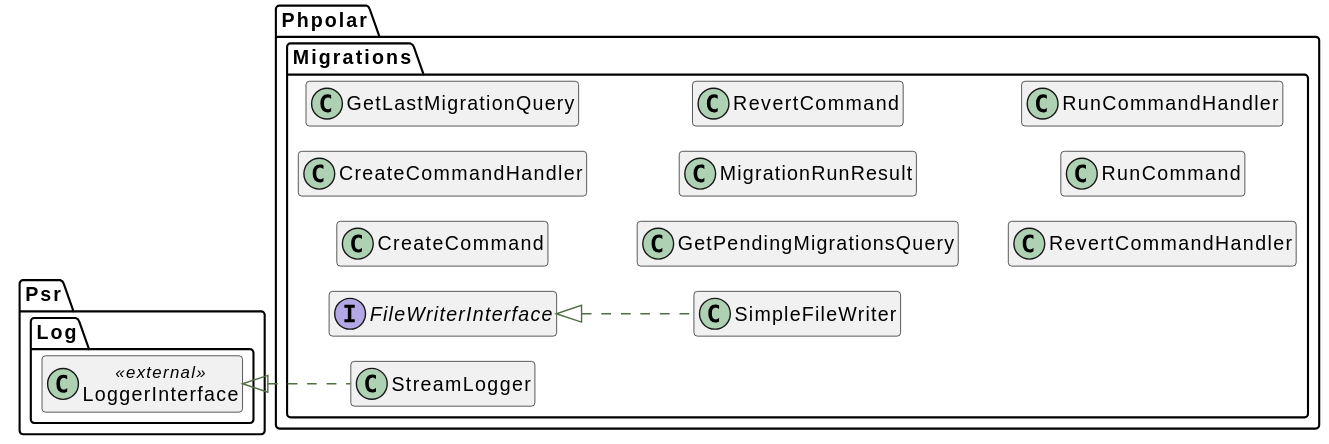
The PlantUML diagram docs/graphs/classes.svg in phpolar/migrations, before a commit. The source it was exported from:
```plantuml
@startuml
!pragma layout smetana
   skinparam ArrowColor #516f42
   skinparam activityBorderColor #516f42
   skinparam activityBackgroundColor #ffffff
   skinparam activityDiamondBorderColor #516f42
   skinparam activityDiamondBackgroundColor #ffffff
   skinparam shadowing false

skinparam shadowing false
skinparam linetype ortho
hide empty members
left to right direction
set namespaceSeparator \\

namespace Phpolar\\Migrations {
     class "CreateCommand" as CreateCommand__class    {
    }
}
namespace Phpolar\\Migrations {
     class "CreateCommandHandler" as CreateCommandHandler__class    {
    }
}
namespace Phpolar\\Migrations {
     class "GetLastMigrationQuery" as GetLastMigrationQuery__class    {
    }
}
namespace Phpolar\\Migrations {
     class "GetPendingMigrationsQuery" as GetPendingMigrationsQuery__class    {
    }
}
namespace Phpolar\\Migrations {
     class "MigrationRunResult" as MigrationRunResult__class    {
    }
}
namespace Phpolar\\Migrations {
     class "RevertCommand" as RevertCommand__class    {
    }
}
namespace Phpolar\\Migrations {
     class "RevertCommandHandler" as RevertCommandHandler__class    {
    }
}
namespace Phpolar\\Migrations {
     class "RunCommand" as RunCommand__class    {
    }
}
namespace Phpolar\\Migrations {
     class "RunCommandHandler" as RunCommandHandler__class    {
    }
}
namespace Phpolar\\Migrations {
    interface "FileWriterInterface" as FileWriterInterface__interface  {
    }
}
namespace Phpolar\\Migrations {
     class "SimpleFileWriter" as SimpleFileWriter__class    implements \\Phpolar\\Migrations\\FileWriterInterface__interface {
    }
}
namespace Psr\\Log {
    class "LoggerInterface" as LoggerInterface__class << external >>{
    }
}
namespace Phpolar\\Migrations {
     class "StreamLogger" as StreamLogger__class    implements \\Psr\\Log\\LoggerInterface__class {
    }
}
@enduml
```
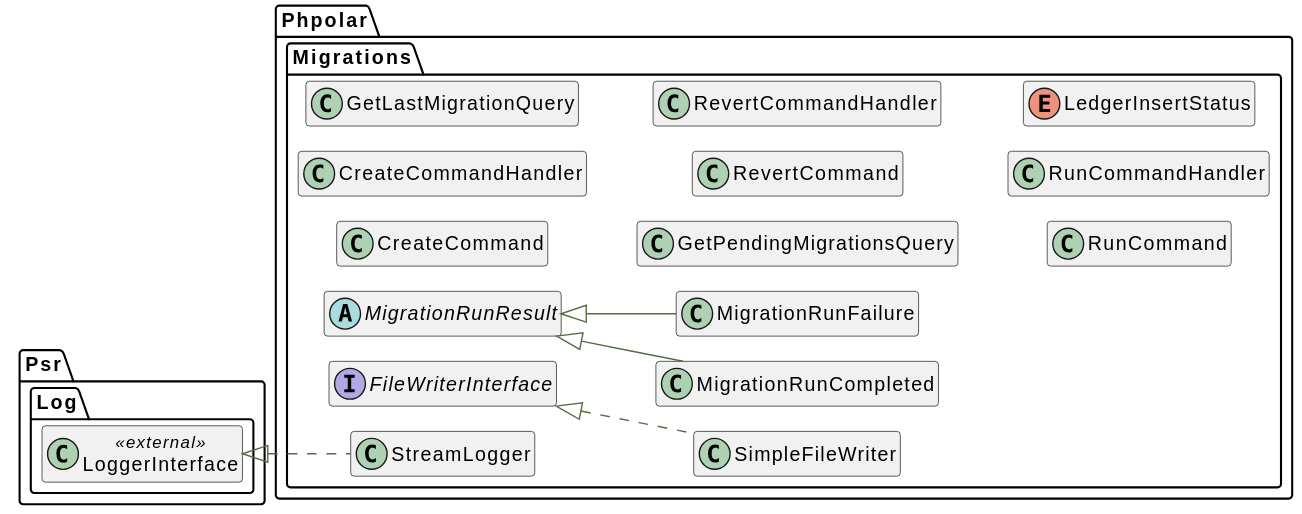
The same file after the commit.

Diff of the diagram source:
```diff
@@ -30,7 +30,15 @@
     }
 }
 namespace Phpolar\\Migrations {
-     class "MigrationRunResult" as MigrationRunResult__class    {
+    abstract  class "MigrationRunResult" as MigrationRunResult__class    {
+    }
+}
+namespace Phpolar\\Migrations {
+     class "MigrationRunCompleted" as MigrationRunCompleted__class   extends \\Phpolar\\Migrations\\MigrationRunResult__class  {
+    }
+}
+namespace Phpolar\\Migrations {
+     class "MigrationRunFailure" as MigrationRunFailure__class   extends \\Phpolar\\Migrations\\MigrationRunResult__class  {
     }
 }
 namespace Phpolar\\Migrations {
@@ -65,4 +73,8 @@
      class "StreamLogger" as StreamLogger__class    implements \\Psr\\Log\\LoggerInterface__class {
     }
 }
+namespace Phpolar\\Migrations {
+    enum "LedgerInsertStatus" as LedgerInsertStatus__enum {
+    }
+}
 @enduml
```
